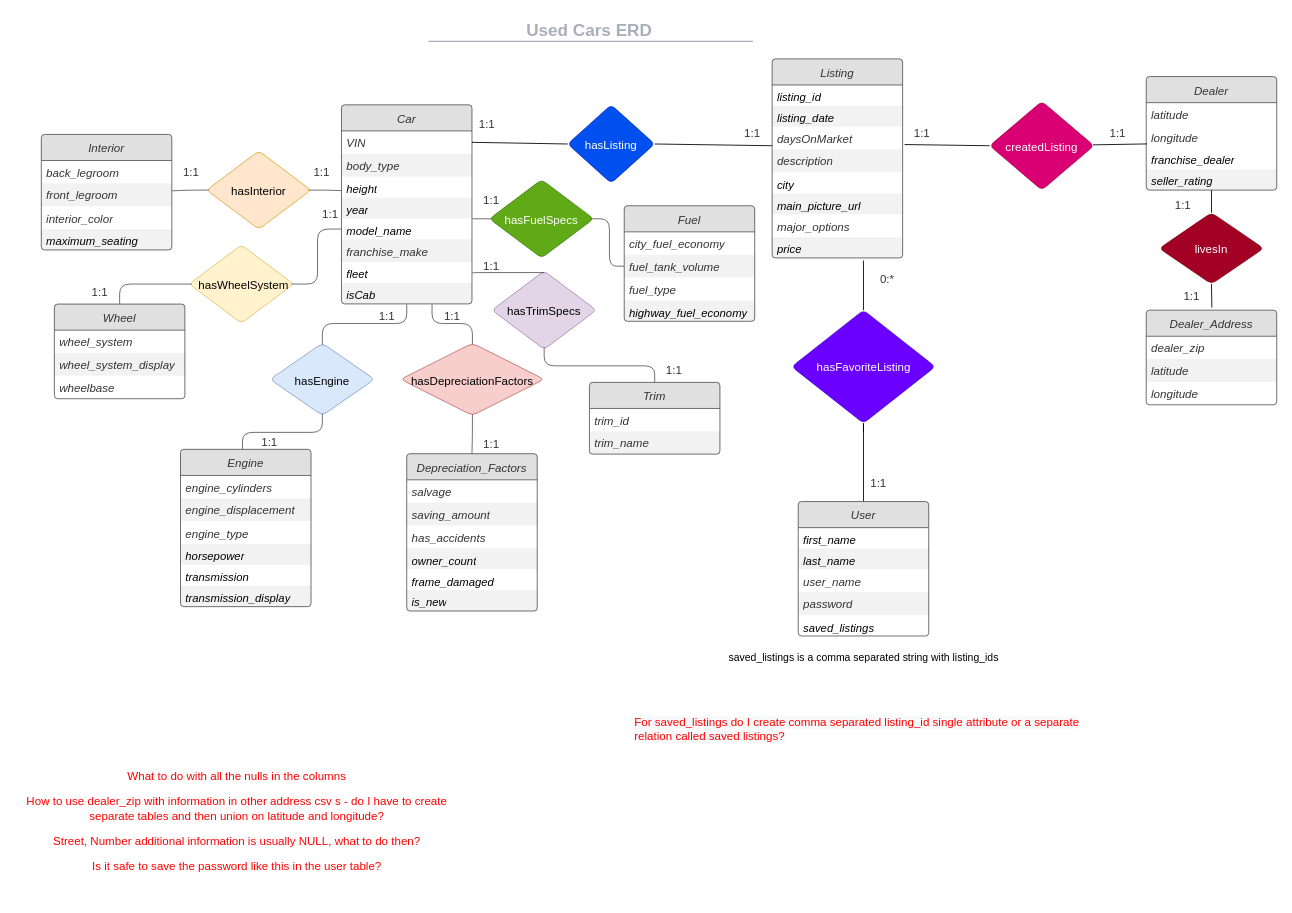
This is ERD/ERD1.drawio from abmfocus4/UsedCars-db, a draw.io file, before an edit. Source tidied: cells renumbered, new cells numbered last; positions are measured from the earlier drawing's top-left corner, leaving out a move shared by most shapes. Both pictures are drawn from the tidied source at 87%, with x=0, y=0 at pixel (15, 15).
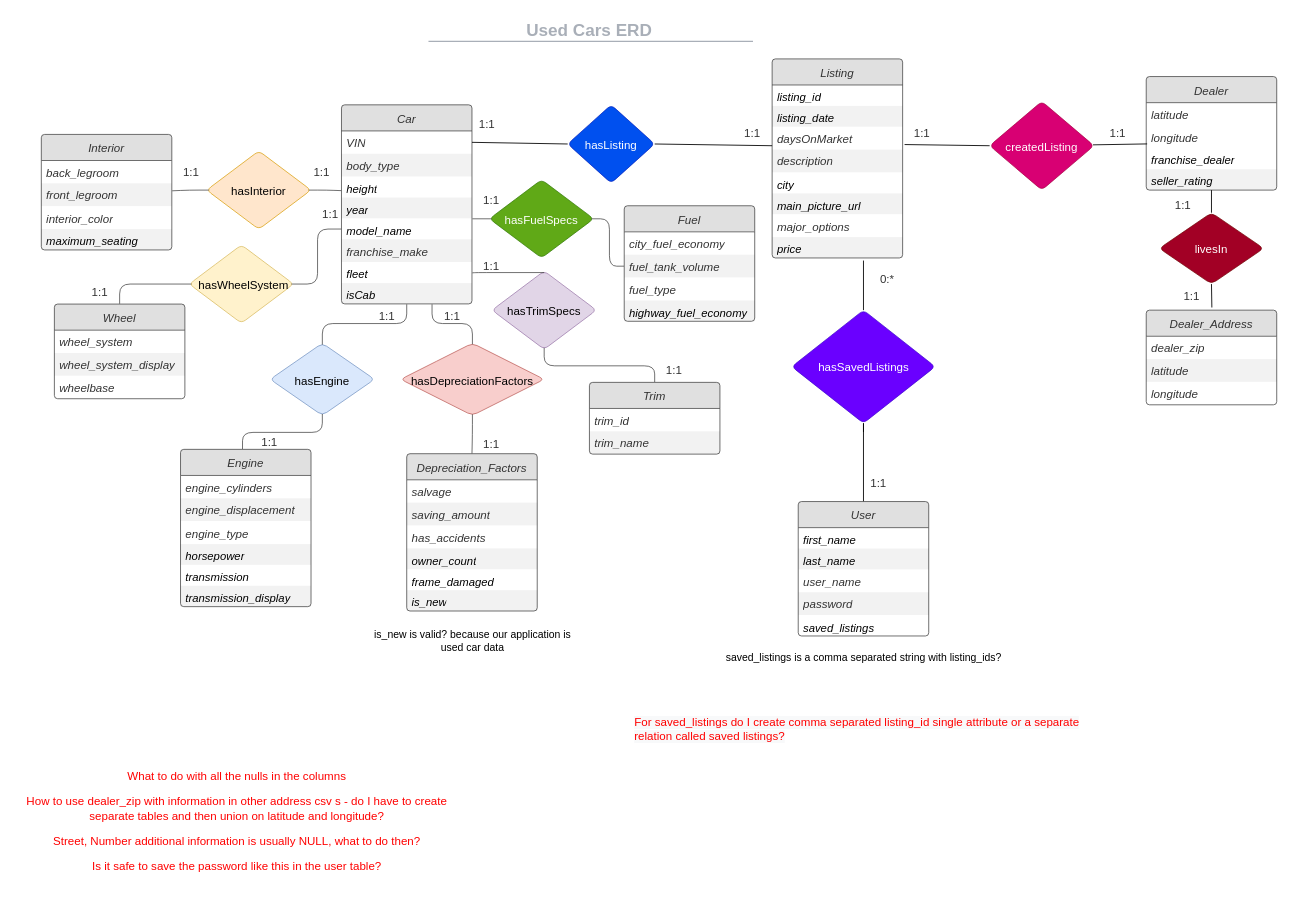
The same page after the edit.

Commit message:
Question by Shwap

Change to the diagram source:
```diff
@@
-    <mxCell id="107" value="hasFavoriteListing" style="html=1;overflow=block;blockSpacing=1;whiteSpace=wrap;rhombus;whiteSpace=wrap;fontSize=13.3;fontColor=#ffffff;align=center;spacingLeft=8.4;spacingRight=8.4;spacingTop=2.4;spacing=3.8;strokeColor=#3700CC;strokeOpacity=100;fillOpacity=100;rounded=1;absoluteArcSize=1;arcSize=12;fillColor=#6a00ff;strokeWidth=0.8;" parent="1" vertex="1">
+    <mxCell id="107" value="hasSavedListings" style="html=1;overflow=block;blockSpacing=1;whiteSpace=wrap;rhombus;whiteSpace=wrap;fontSize=13.3;fontColor=#ffffff;align=center;spacingLeft=8.4;spacingRight=8.4;spacingTop=2.4;spacing=3.8;strokeColor=#3700CC;strokeOpacity=100;fillOpacity=100;rounded=1;absoluteArcSize=1;arcSize=12;fillColor=#6a00ff;strokeWidth=0.8;" parent="1" vertex="1">
       <mxGeometry x="892.5" y="339" width="165" height="130" as="geometry" />
     </mxCell>
@@
-    <mxCell id="121" value="saved_listings is a comma separated string with listing_ids" style="text;html=1;align=center;verticalAlign=middle;" parent="1" vertex="1">
+    <mxCell id="121" value="saved_listings is a comma separated string with listing_ids?" style="text;html=1;align=center;verticalAlign=middle;" parent="1" vertex="1">
       <mxGeometry x="810" y="729" width="330" height="20" as="geometry" />
     </mxCell>
@@
+    <mxCell id="124" value="is_new is valid? because our application is used car data" style="text;html=1;strokeColor=none;fillColor=none;align=center;verticalAlign=middle;whiteSpace=wrap;rounded=0;" parent="1" vertex="1">
+      <mxGeometry x="405" y="709" width="242" height="20" as="geometry" />
+    </mxCell>
```
